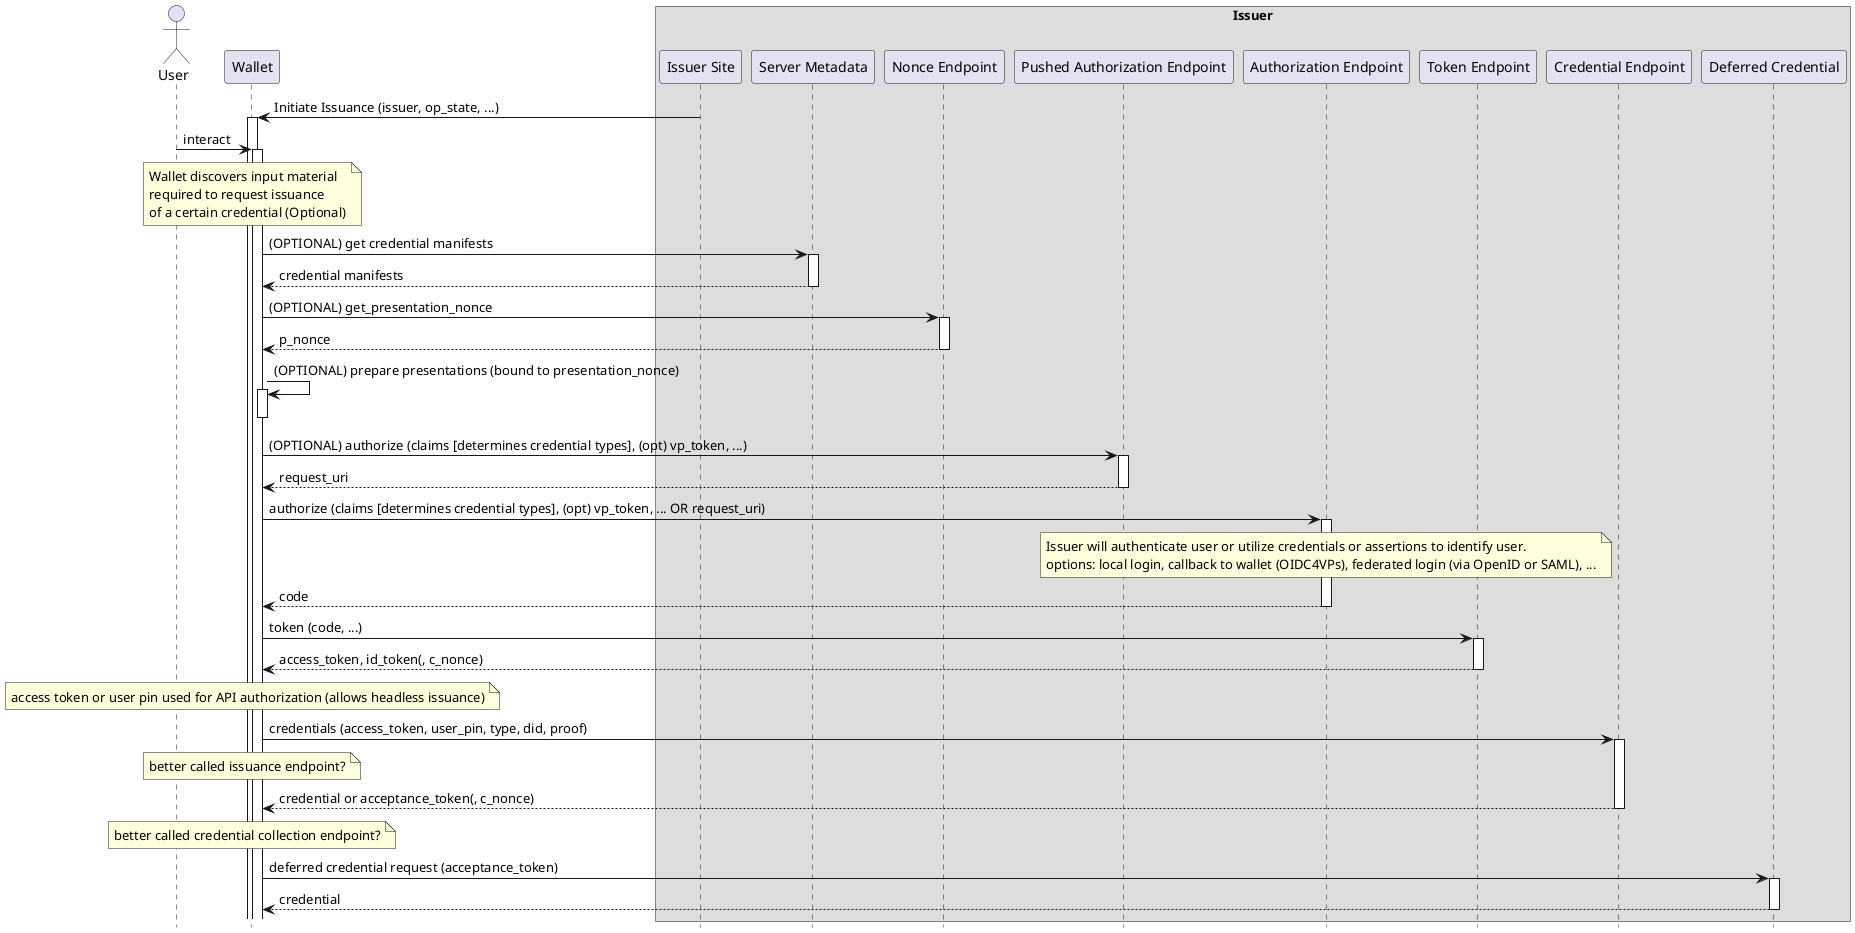
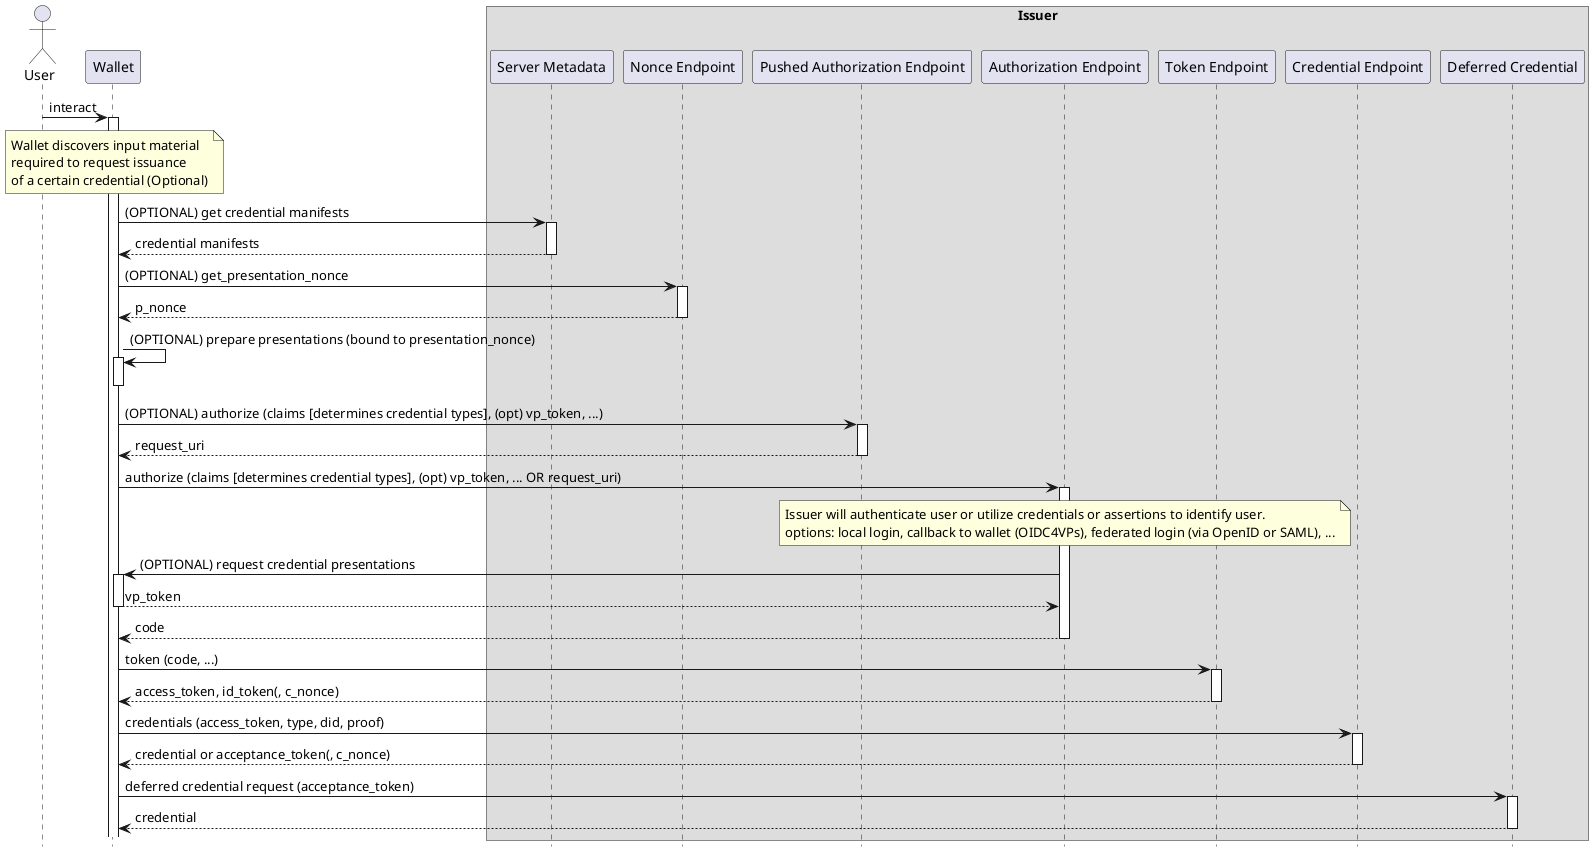
@startuml

actor User as U
participant Wallet as W
box Issuer
- participant "Issuer Site" as IS
participant "Server Metadata" as metadata
participant "Nonce Endpoint" as init
participant "Pushed Authorization Endpoint" as PAR
participant "Authorization Endpoint" as AS
participant "Token Endpoint" as T
participant "Credential Endpoint" as P
participant "Deferred Credential" as I
end box
autoactivate on
hide footbox
- 
- IS -> W: Initiate Issuance (issuer, op_state, ...)

U -> W: interact
note over W: Wallet discovers input material\nrequired to request issuance\nof a certain credential (Optional)

W -> metadata: (OPTIONAL) get credential manifests
return credential manifests

W -> init: (OPTIONAL) get_presentation_nonce
return p_nonce

W -> W: (OPTIONAL) prepare presentations (bound to presentation_nonce)
deactivate W

W -> PAR: (OPTIONAL) authorize (claims [determines credential types], (opt) vp_token, ...)

return request_uri

W -> AS: authorize (claims [determines credential types], (opt) vp_token, ... OR request_uri)

note over AS: Issuer will authenticate user or utilize credentials or assertions to identify user. \noptions: local login, callback to wallet (OIDC4VPs), federated login (via OpenID or SAML), ...

+ AS -> W: (OPTIONAL) request credential presentations
+ return vp_token
+ 
return code

W -> T: token (code, ...)
return access_token, id_token(, c_nonce)

- note over W: access token or user pin used for API authorization (allows headless issuance)
- W->P: credentials (access_token, user_pin, type, did, proof)
- note over W: better called issuance endpoint?
+ W->P: credentials (access_token, type, did, proof)

return credential or acceptance_token(, c_nonce)

- note over W: better called credential collection endpoint?
W->I: deferred credential request (acceptance_token)
return credential

@enduml